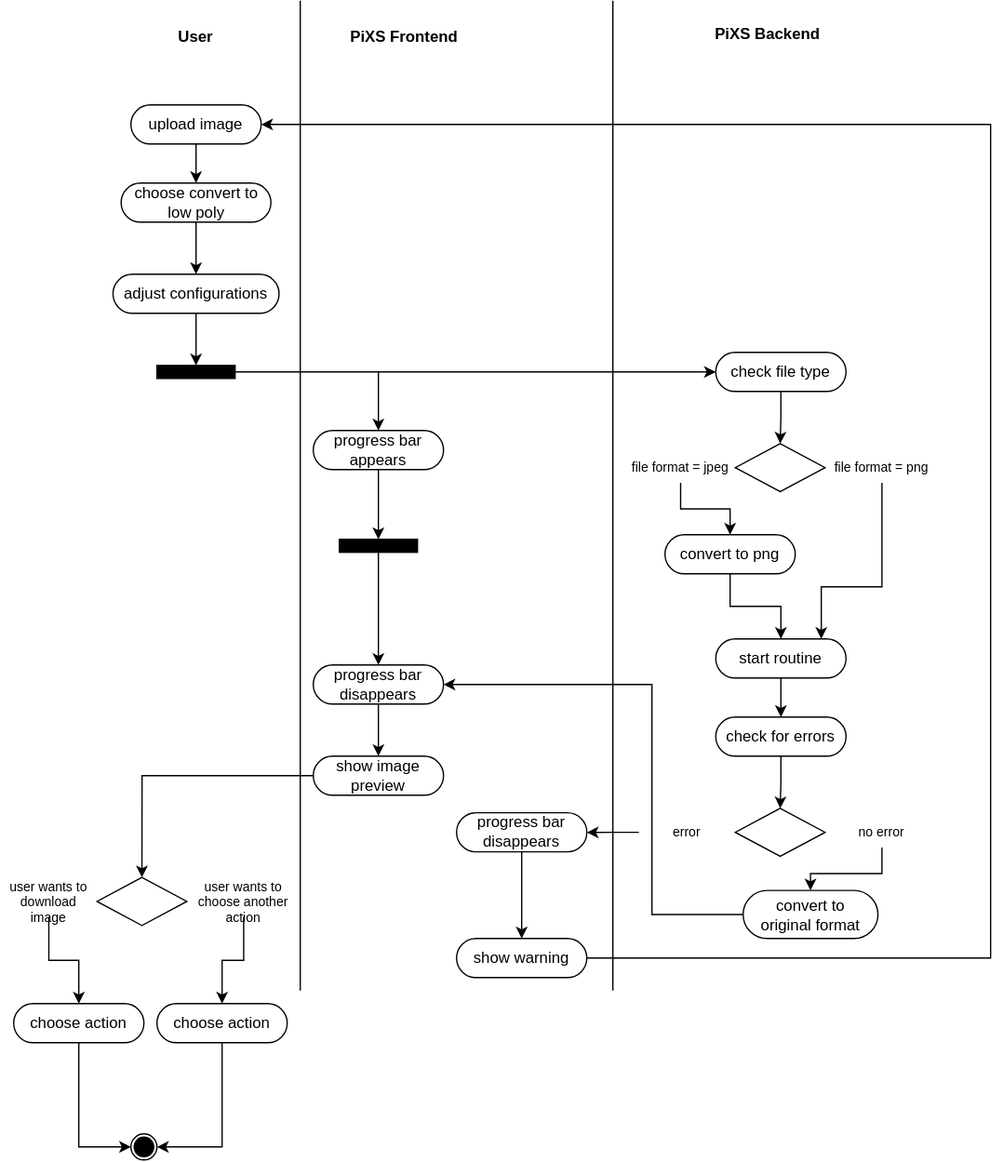
The draw.io diagram ucd/uc-upload-image/ucd-activity_diagram_low_poly.drawio.svg in se-pixs/docs, before a commit. Source tidied: cells renumbered, new cells last; positions are measured from the earlier drawing's top-left corner, leaving out a move shared by most shapes. Its diagram source:
```xml
<mxGraphModel>
  <root>
    <mxCell id="0" />
    <mxCell id="1" parent="0" />
    <mxCell id="2" value="User" style="text;align=center;fontStyle=1;verticalAlign=middle;spacingLeft=3;spacingRight=3;strokeColor=none;" parent="1" vertex="1">
      <mxGeometry x="110" y="14" width="80" height="26" as="geometry" />
    </mxCell>
    <mxCell id="3" value="PiXS Backend" style="text;align=center;fontStyle=1;verticalAlign=middle;spacingLeft=3;spacingRight=3;strokeColor=none;" parent="1" vertex="1">
      <mxGeometry x="549" y="10" width="80" height="30" as="geometry" />
    </mxCell>
    <mxCell id="4" value="PiXS Frontend" style="text;align=center;fontStyle=1;verticalAlign=middle;spacingLeft=3;spacingRight=3;strokeColor=none;" parent="1" vertex="1">
      <mxGeometry x="270" y="14" width="80" height="26" as="geometry" />
    </mxCell>
    <mxCell id="5" style="endArrow=none;html=1;rounded=0;" parent="1" edge="1">
      <mxGeometry relative="1" as="geometry">
        <mxPoint x="230" y="760" as="sourcePoint" />
        <mxPoint x="230" as="targetPoint" />
      </mxGeometry>
    </mxCell>
    <mxCell id="6" style="endArrow=none;html=1;rounded=0;" parent="1" edge="1">
      <mxGeometry relative="1" as="geometry">
        <mxPoint x="470" y="760" as="sourcePoint" />
        <mxPoint x="470" as="targetPoint" />
      </mxGeometry>
    </mxCell>
    <mxCell id="7" style="edgeStyle=orthogonalEdgeStyle;rounded=0;jettySize=auto;html=1;" parent="1" edge="1" source="8" target="10">
      <mxGeometry relative="1" as="geometry" />
    </mxCell>
    <mxCell id="8" value="upload image" style="html=1;outlineConnect=0;whiteSpace=wrap;shape=mxgraph.archimate3.service;strokeWidth=1;" parent="1" vertex="1">
      <mxGeometry x="100" y="80" width="100" height="30" as="geometry" />
    </mxCell>
    <mxCell id="9" style="edgeStyle=orthogonalEdgeStyle;rounded=0;jettySize=auto;html=1;" parent="1" edge="1" source="10" target="12">
      <mxGeometry relative="1" as="geometry" />
    </mxCell>
    <mxCell id="10" value="choose convert to low poly" style="html=1;outlineConnect=0;whiteSpace=wrap;shape=mxgraph.archimate3.service;strokeWidth=1;" parent="1" vertex="1">
      <mxGeometry x="92.5" y="140" width="115" height="30" as="geometry" />
    </mxCell>
    <mxCell id="11" style="edgeStyle=orthogonalEdgeStyle;rounded=0;jettySize=auto;html=1;" parent="1" edge="1" source="12" target="14">
      <mxGeometry relative="1" as="geometry" />
    </mxCell>
    <mxCell id="12" value="adjust configurations" style="html=1;outlineConnect=0;whiteSpace=wrap;shape=mxgraph.archimate3.service;strokeWidth=1;" parent="1" vertex="1">
      <mxGeometry x="86.2" y="210" width="127.5" height="30" as="geometry" />
    </mxCell>
    <mxCell id="13" style="edgeStyle=orthogonalEdgeStyle;rounded=0;jettySize=auto;html=1;entryX=0.5;entryY=0;entryDx=0;entryDy=0;entryPerimeter=0;" parent="1" edge="1" source="14" target="16">
      <mxGeometry relative="1" as="geometry">
        <Array as="points">
          <mxPoint x="290" y="285" />
          <mxPoint x="290" y="330" />
        </Array>
      </mxGeometry>
    </mxCell>
    <mxCell id="14" style="rounded=0;whiteSpace=wrap;html=1;strokeWidth=1;fillColor=#000000;" parent="1" vertex="1">
      <mxGeometry x="120" y="280" width="60" height="10" as="geometry" />
    </mxCell>
    <mxCell id="15" style="edgeStyle=orthogonalEdgeStyle;rounded=0;jettySize=auto;html=1;" parent="1" edge="1" source="16" target="43">
      <mxGeometry relative="1" as="geometry" />
    </mxCell>
    <mxCell id="16" value="progress bar appears" style="html=1;outlineConnect=0;whiteSpace=wrap;shape=mxgraph.archimate3.service;strokeWidth=1;" parent="1" vertex="1">
      <mxGeometry x="240" y="330" width="100" height="30" as="geometry" />
    </mxCell>
    <mxCell id="17" style="edgeStyle=orthogonalEdgeStyle;rounded=0;jettySize=auto;html=1;entryX=0;entryY=0;entryDx=0;entryDy=15;entryPerimeter=0;" parent="1" edge="1" target="18">
      <mxGeometry relative="1" as="geometry">
        <mxPoint x="290" y="285" as="sourcePoint" />
      </mxGeometry>
    </mxCell>
    <mxCell id="18" value="check file type" style="html=1;outlineConnect=0;whiteSpace=wrap;shape=mxgraph.archimate3.service;strokeWidth=1;" parent="1" vertex="1">
      <mxGeometry x="549" y="270" width="100" height="30" as="geometry" />
    </mxCell>
    <mxCell id="19" style="group;" parent="1" vertex="1">
      <mxGeometry x="490" y="340" width="230" height="36.9" as="geometry" />
    </mxCell>
    <mxCell id="20" style="rhombus;whiteSpace=wrap;html=1;strokeWidth=1;fillColor=#FFFFFF;" parent="19" vertex="1">
      <mxGeometry x="74" width="69" height="36.9" as="geometry" />
    </mxCell>
    <mxCell id="21" value="&lt;font style=&quot;font-size: 10px&quot;&gt;file format = png&lt;/font&gt;" style="text;html=1;strokeColor=none;fillColor=none;align=center;verticalAlign=middle;whiteSpace=wrap;rounded=0;fontSize=10;" parent="19" vertex="1">
      <mxGeometry x="143" y="6.7" width="87" height="23.5" as="geometry" />
    </mxCell>
    <mxCell id="22" value="file format = jpeg" style="text;html=1;strokeColor=none;fillColor=none;align=center;verticalAlign=middle;whiteSpace=wrap;rounded=0;fontSize=10;" parent="19" vertex="1">
      <mxGeometry x="-10" y="6.7" width="84" height="23.5" as="geometry" />
    </mxCell>
    <mxCell id="23" style="edgeStyle=orthogonalEdgeStyle;rounded=0;jettySize=auto;html=1;entryX=0.5;entryY=0;entryDx=0;entryDy=0;fontSize=10;" parent="1" edge="1" target="20">
      <mxGeometry relative="1" as="geometry">
        <mxPoint x="599" y="300" as="sourcePoint" />
      </mxGeometry>
    </mxCell>
    <mxCell id="24" style="edgeStyle=orthogonalEdgeStyle;rounded=0;jettySize=auto;html=1;" parent="1" edge="1" source="25" target="28">
      <mxGeometry relative="1" as="geometry" />
    </mxCell>
    <mxCell id="25" value="convert to png" style="html=1;outlineConnect=0;whiteSpace=wrap;shape=mxgraph.archimate3.service;strokeWidth=1;" parent="1" vertex="1">
      <mxGeometry x="510" y="410" width="100" height="30" as="geometry" />
    </mxCell>
    <mxCell id="26" style="edgeStyle=orthogonalEdgeStyle;rounded=0;jettySize=auto;html=1;" parent="1" edge="1" source="22" target="25">
      <mxGeometry relative="1" as="geometry" />
    </mxCell>
    <mxCell id="27" style="edgeStyle=orthogonalEdgeStyle;rounded=0;jettySize=auto;html=1;" parent="1" edge="1" source="28" target="31">
      <mxGeometry relative="1" as="geometry" />
    </mxCell>
    <mxCell id="28" value="start routine" style="html=1;outlineConnect=0;whiteSpace=wrap;shape=mxgraph.archimate3.service;strokeWidth=1;" parent="1" vertex="1">
      <mxGeometry x="549" y="490" width="100" height="30" as="geometry" />
    </mxCell>
    <mxCell id="29" style="edgeStyle=orthogonalEdgeStyle;rounded=0;jettySize=auto;html=1;" parent="1" edge="1" source="21" target="28">
      <mxGeometry relative="1" as="geometry">
        <Array as="points">
          <mxPoint x="677" y="450" />
          <mxPoint x="630" y="450" />
        </Array>
      </mxGeometry>
    </mxCell>
    <mxCell id="30" style="edgeStyle=orthogonalEdgeStyle;rounded=0;jettySize=auto;html=1;entryX=0.5;entryY=0;entryDx=0;entryDy=0;" parent="1" edge="1" source="31" target="33">
      <mxGeometry relative="1" as="geometry" />
    </mxCell>
    <mxCell id="31" value="check for errors" style="html=1;outlineConnect=0;whiteSpace=wrap;shape=mxgraph.archimate3.service;strokeWidth=1;" parent="1" vertex="1">
      <mxGeometry x="549" y="550" width="100" height="30" as="geometry" />
    </mxCell>
    <mxCell id="32" style="group;" parent="1" vertex="1">
      <mxGeometry x="490" y="620" width="230" height="36.9" as="geometry" />
    </mxCell>
    <mxCell id="33" style="rhombus;whiteSpace=wrap;html=1;strokeWidth=1;fillColor=#FFFFFF;" parent="32" vertex="1">
      <mxGeometry x="74" width="69" height="36.9" as="geometry" />
    </mxCell>
    <mxCell id="34" value="&lt;font style=&quot;font-size: 10px&quot;&gt;no error&lt;br&gt;&lt;/font&gt;" style="text;html=1;strokeColor=none;fillColor=none;align=center;verticalAlign=middle;whiteSpace=wrap;rounded=0;fontSize=10;" parent="32" vertex="1">
      <mxGeometry x="143" y="6.7" width="87" height="23.5" as="geometry" />
    </mxCell>
    <mxCell id="35" value="error" style="text;html=1;strokeColor=none;fillColor=none;align=center;verticalAlign=middle;whiteSpace=wrap;rounded=0;fontSize=10;" parent="32" vertex="1">
      <mxGeometry y="6.7" width="74" height="23.5" as="geometry" />
    </mxCell>
    <mxCell id="36" style="edgeStyle=orthogonalEdgeStyle;rounded=0;jettySize=auto;html=1;" parent="1" edge="1" source="37" target="39">
      <mxGeometry relative="1" as="geometry" />
    </mxCell>
    <mxCell id="37" value="progress bar disappears" style="html=1;outlineConnect=0;whiteSpace=wrap;shape=mxgraph.archimate3.service;strokeWidth=1;" parent="1" vertex="1">
      <mxGeometry x="350" y="623.5" width="100" height="30" as="geometry" />
    </mxCell>
    <mxCell id="38" style="edgeStyle=orthogonalEdgeStyle;rounded=0;jettySize=auto;html=1;" parent="1" edge="1" source="35" target="37">
      <mxGeometry relative="1" as="geometry" />
    </mxCell>
    <mxCell id="39" value="show warning" style="html=1;outlineConnect=0;whiteSpace=wrap;shape=mxgraph.archimate3.service;strokeWidth=1;" parent="1" vertex="1">
      <mxGeometry x="350" y="720" width="100" height="30" as="geometry" />
    </mxCell>
    <mxCell id="40" style="endArrow=classic;html=1;rounded=0;exitX=0;exitY=0;exitDx=100;exitDy=15;exitPerimeter=0;" parent="1" edge="1" source="39" target="8">
      <mxGeometry relative="1" as="geometry">
        <Array as="points">
          <mxPoint x="760" y="735" />
          <mxPoint x="760" y="95" />
        </Array>
      </mxGeometry>
    </mxCell>
    <mxCell id="41" value="progress bar disappears" style="html=1;outlineConnect=0;whiteSpace=wrap;shape=mxgraph.archimate3.service;strokeWidth=1;" parent="1" vertex="1">
      <mxGeometry x="240" y="510" width="100" height="30" as="geometry" />
    </mxCell>
    <mxCell id="42" style="edgeStyle=orthogonalEdgeStyle;rounded=0;jettySize=auto;html=1;" parent="1" edge="1" source="43" target="41">
      <mxGeometry relative="1" as="geometry" />
    </mxCell>
    <mxCell id="43" style="rounded=0;whiteSpace=wrap;html=1;strokeWidth=1;fillColor=#000000;" parent="1" vertex="1">
      <mxGeometry x="260" y="413.5" width="60" height="10" as="geometry" />
    </mxCell>
    <mxCell id="44" style="edgeStyle=orthogonalEdgeStyle;rounded=0;jettySize=auto;html=1;entryX=0.5;entryY=0;entryDx=0;entryDy=0;entryPerimeter=0;" parent="1" edge="1" target="46">
      <mxGeometry relative="1" as="geometry">
        <mxPoint x="290" y="540" as="sourcePoint" />
      </mxGeometry>
    </mxCell>
    <mxCell id="45" style="edgeStyle=orthogonalEdgeStyle;rounded=0;jettySize=auto;html=1;entryX=0.5;entryY=0;entryDx=0;entryDy=0;" parent="1" edge="1" source="46" target="48">
      <mxGeometry relative="1" as="geometry" />
    </mxCell>
    <mxCell id="46" value="show image preview" style="html=1;outlineConnect=0;whiteSpace=wrap;shape=mxgraph.archimate3.service;strokeWidth=1;" parent="1" vertex="1">
      <mxGeometry x="240" y="580" width="100" height="30" as="geometry" />
    </mxCell>
    <mxCell id="47" style="group;" parent="1" vertex="1">
      <mxGeometry y="673.1" width="230" height="36.9" as="geometry" />
    </mxCell>
    <mxCell id="48" style="rhombus;whiteSpace=wrap;html=1;strokeWidth=1;fillColor=#FFFFFF;" parent="47" vertex="1">
      <mxGeometry x="74" width="69" height="36.9" as="geometry" />
    </mxCell>
    <mxCell id="49" value="user wants to choose another action" style="text;html=1;strokeColor=none;fillColor=none;align=center;verticalAlign=middle;whiteSpace=wrap;rounded=0;fontSize=10;" parent="47" vertex="1">
      <mxGeometry x="143" y="6.7" width="87" height="23.5" as="geometry" />
    </mxCell>
    <mxCell id="50" value="user wants to download image&lt;br&gt;" style="text;html=1;strokeColor=none;fillColor=none;align=center;verticalAlign=middle;whiteSpace=wrap;rounded=0;fontSize=10;" parent="47" vertex="1">
      <mxGeometry y="6.7" width="74" height="23.5" as="geometry" />
    </mxCell>
    <mxCell id="51" style="edgeStyle=orthogonalEdgeStyle;rounded=0;jettySize=auto;html=1;entryX=0;entryY=0;entryDx=100;entryDy=15;entryPerimeter=0;" parent="1" edge="1" source="52" target="41">
      <mxGeometry relative="1" as="geometry">
        <Array as="points">
          <mxPoint x="500" y="702" />
          <mxPoint x="500" y="525" />
        </Array>
      </mxGeometry>
    </mxCell>
    <mxCell id="52" value="convert to &lt;br&gt;original format" style="html=1;outlineConnect=0;whiteSpace=wrap;shape=mxgraph.archimate3.service;strokeWidth=1;" parent="1" vertex="1">
      <mxGeometry x="570" y="683.1" width="103.5" height="36.9" as="geometry" />
    </mxCell>
    <mxCell id="53" style="edgeStyle=orthogonalEdgeStyle;rounded=0;jettySize=auto;html=1;" parent="1" edge="1" source="34" target="52">
      <mxGeometry relative="1" as="geometry" />
    </mxCell>
    <mxCell id="54" style="edgeStyle=orthogonalEdgeStyle;rounded=0;jettySize=auto;html=1;entryX=1;entryY=0.5;entryDx=0;entryDy=0;" parent="1" edge="1" source="55" target="61">
      <mxGeometry relative="1" as="geometry" />
    </mxCell>
    <mxCell id="55" value="choose action" style="html=1;outlineConnect=0;whiteSpace=wrap;shape=mxgraph.archimate3.service;strokeWidth=1;" parent="1" vertex="1">
      <mxGeometry x="120" y="770" width="100" height="30" as="geometry" />
    </mxCell>
    <mxCell id="56" style="edgeStyle=orthogonalEdgeStyle;rounded=0;jettySize=auto;html=1;" parent="1" edge="1" source="49" target="55">
      <mxGeometry relative="1" as="geometry" />
    </mxCell>
    <mxCell id="57" style="edgeStyle=orthogonalEdgeStyle;rounded=0;jettySize=auto;html=1;entryX=0;entryY=0.5;entryDx=0;entryDy=0;" parent="1" edge="1" source="58" target="61">
      <mxGeometry relative="1" as="geometry" />
    </mxCell>
    <mxCell id="58" value="choose action" style="html=1;outlineConnect=0;whiteSpace=wrap;shape=mxgraph.archimate3.service;strokeWidth=1;" parent="1" vertex="1">
      <mxGeometry x="10" y="770" width="100" height="30" as="geometry" />
    </mxCell>
    <mxCell id="59" style="edgeStyle=orthogonalEdgeStyle;rounded=0;jettySize=auto;html=1;" parent="1" edge="1" source="50" target="58">
      <mxGeometry relative="1" as="geometry" />
    </mxCell>
    <mxCell id="60" style="group;" parent="1" vertex="1">
      <mxGeometry x="100" y="870" width="20" height="20" as="geometry" />
    </mxCell>
    <mxCell id="61" style="ellipse;whiteSpace=wrap;html=1;strokeWidth=1;fillColor=#FFFFFF;" parent="60" vertex="1">
      <mxGeometry width="20" height="20" as="geometry" />
    </mxCell>
    <mxCell id="62" style="ellipse;whiteSpace=wrap;html=1;strokeWidth=1;fillColor=#000000;" parent="60" vertex="1">
      <mxGeometry x="2.5" y="2.5" width="15" height="15" as="geometry" />
    </mxCell>
  </root>
</mxGraphModel>
```
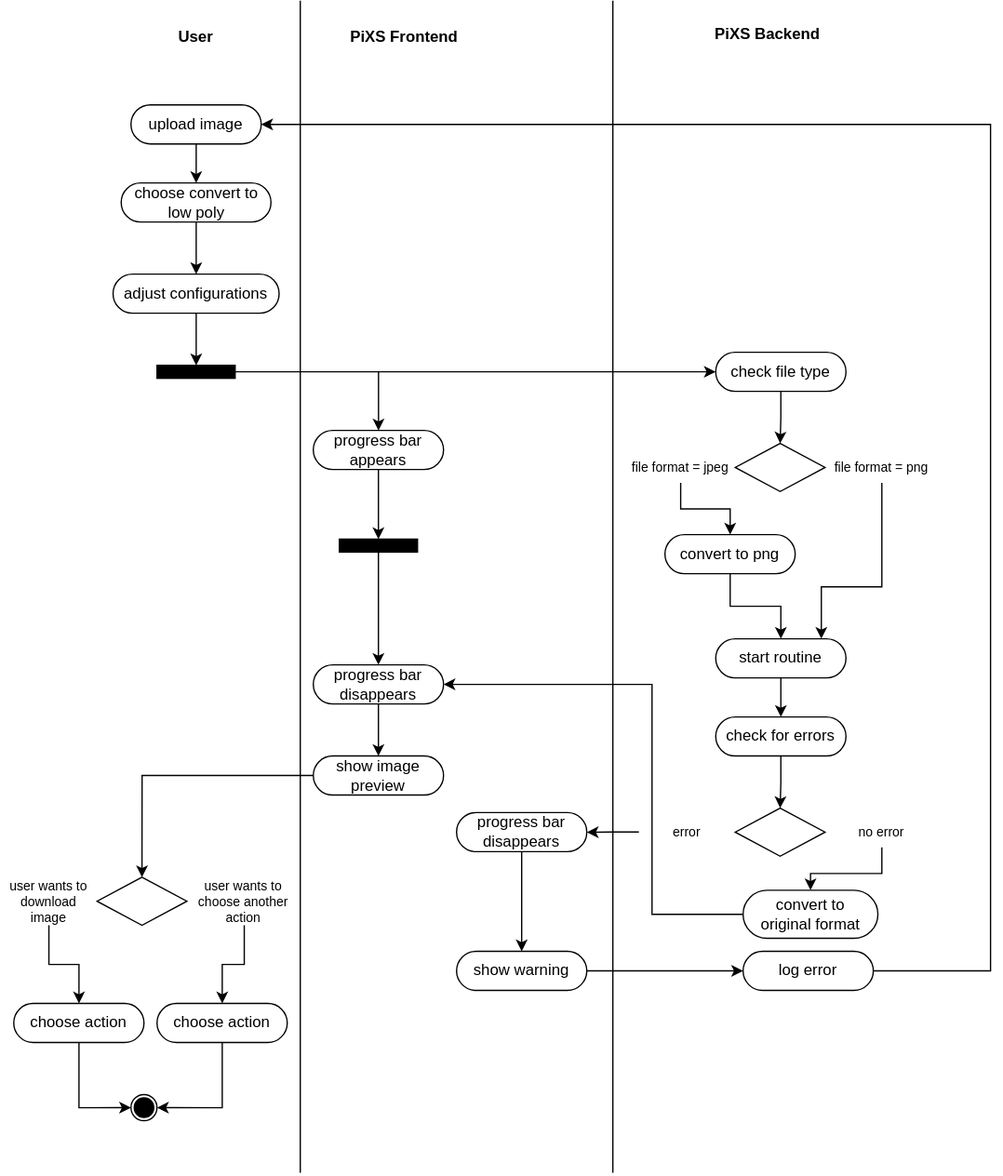
Above is the later version.

Commit message:
improve: ucd-activity_diagram_low_poly

Change to the diagram source:
```diff
@@ -13,13 +13,13 @@
     </mxCell>
     <mxCell id="5" style="endArrow=none;html=1;rounded=0;" parent="1" edge="1">
       <mxGeometry relative="1" as="geometry">
-        <mxPoint x="230" y="760" as="sourcePoint" />
+        <mxPoint x="230" y="900" as="sourcePoint" />
         <mxPoint x="230" as="targetPoint" />
       </mxGeometry>
     </mxCell>
     <mxCell id="6" style="endArrow=none;html=1;rounded=0;" parent="1" edge="1">
       <mxGeometry relative="1" as="geometry">
-        <mxPoint x="470" y="760" as="sourcePoint" />
+        <mxPoint x="470" y="900" as="sourcePoint" />
         <mxPoint x="470" as="targetPoint" />
       </mxGeometry>
     </mxCell>
@@ -133,13 +133,16 @@
     <mxCell id="38" style="edgeStyle=orthogonalEdgeStyle;rounded=0;jettySize=auto;html=1;" parent="1" edge="1" source="35" target="37">
       <mxGeometry relative="1" as="geometry" />
     </mxCell>
+    <mxCell id="63" style="edgeStyle=orthogonalEdgeStyle;rounded=0;jettySize=auto;html=1;entryX=0;entryY=0;entryDx=0;entryDy=15;entryPerimeter=0;" parent="1" edge="1" source="39" target="64">
+      <mxGeometry relative="1" as="geometry" />
+    </mxCell>
     <mxCell id="39" value="show warning" style="html=1;outlineConnect=0;whiteSpace=wrap;shape=mxgraph.archimate3.service;strokeWidth=1;" parent="1" vertex="1">
-      <mxGeometry x="350" y="720" width="100" height="30" as="geometry" />
+      <mxGeometry x="350" y="730" width="100" height="30" as="geometry" />
     </mxCell>
-    <mxCell id="40" style="endArrow=classic;html=1;rounded=0;exitX=0;exitY=0;exitDx=100;exitDy=15;exitPerimeter=0;" parent="1" edge="1" source="39" target="8">
+    <mxCell id="40" style="endArrow=classic;html=1;rounded=0;exitX=0;exitY=0;exitDx=100;exitDy=15;exitPerimeter=0;" parent="1" edge="1" source="64" target="8">
       <mxGeometry relative="1" as="geometry">
         <Array as="points">
-          <mxPoint x="760" y="735" />
+          <mxPoint x="760" y="745" />
           <mxPoint x="760" y="95" />
         </Array>
       </mxGeometry>
@@ -196,8 +199,10 @@
     <mxCell id="55" value="choose action" style="html=1;outlineConnect=0;whiteSpace=wrap;shape=mxgraph.archimate3.service;strokeWidth=1;" parent="1" vertex="1">
       <mxGeometry x="120" y="770" width="100" height="30" as="geometry" />
     </mxCell>
-    <mxCell id="56" style="edgeStyle=orthogonalEdgeStyle;rounded=0;jettySize=auto;html=1;" parent="1" edge="1" source="49" target="55">
-      <mxGeometry relative="1" as="geometry" />
+    <mxCell id="56" style="edgeStyle=orthogonalEdgeStyle;rounded=0;jettySize=auto;html=1;" parent="1" edge="1" target="55">
+      <mxGeometry relative="1" as="geometry">
+        <mxPoint x="187" y="710" as="sourcePoint" />
+      </mxGeometry>
     </mxCell>
     <mxCell id="57" style="edgeStyle=orthogonalEdgeStyle;rounded=0;jettySize=auto;html=1;entryX=0;entryY=0.5;entryDx=0;entryDy=0;" parent="1" edge="1" source="58" target="61">
       <mxGeometry relative="1" as="geometry" />
@@ -205,11 +210,13 @@
     <mxCell id="58" value="choose action" style="html=1;outlineConnect=0;whiteSpace=wrap;shape=mxgraph.archimate3.service;strokeWidth=1;" parent="1" vertex="1">
       <mxGeometry x="10" y="770" width="100" height="30" as="geometry" />
     </mxCell>
-    <mxCell id="59" style="edgeStyle=orthogonalEdgeStyle;rounded=0;jettySize=auto;html=1;" parent="1" edge="1" source="50" target="58">
-      <mxGeometry relative="1" as="geometry" />
+    <mxCell id="59" style="edgeStyle=orthogonalEdgeStyle;rounded=0;jettySize=auto;html=1;" parent="1" edge="1" target="58">
+      <mxGeometry relative="1" as="geometry">
+        <mxPoint x="37" y="710" as="sourcePoint" />
+      </mxGeometry>
     </mxCell>
     <mxCell id="60" style="group;" parent="1" vertex="1">
-      <mxGeometry x="100" y="870" width="20" height="20" as="geometry" />
+      <mxGeometry x="100" y="840" width="20" height="20" as="geometry" />
     </mxCell>
     <mxCell id="61" style="ellipse;whiteSpace=wrap;html=1;strokeWidth=1;fillColor=#FFFFFF;" parent="60" vertex="1">
       <mxGeometry width="20" height="20" as="geometry" />
@@ -217,5 +224,8 @@
     <mxCell id="62" style="ellipse;whiteSpace=wrap;html=1;strokeWidth=1;fillColor=#000000;" parent="60" vertex="1">
       <mxGeometry x="2.5" y="2.5" width="15" height="15" as="geometry" />
     </mxCell>
+    <mxCell id="64" value="log error" style="html=1;outlineConnect=0;whiteSpace=wrap;shape=mxgraph.archimate3.service;strokeWidth=1;" parent="1" vertex="1">
+      <mxGeometry x="570" y="730" width="100" height="30" as="geometry" />
+    </mxCell>
   </root>
 </mxGraphModel>
```
